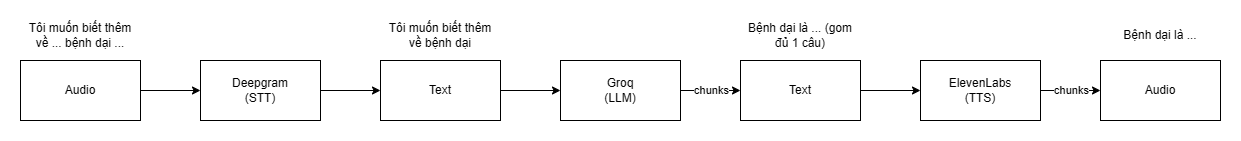
Above: assets/images/workflow.png in talachanvuong/edoctor-ai (draw.io), before the change. Source tidied: cells renumbered, new cells last; positions are measured from the earlier drawing's top-left corner, leaving out a move shared by most shapes. Its diagram source:
```xml
<mxGraphModel background="#ffffff">
  <root>
    <mxCell id="0" />
    <mxCell id="1" parent="0" />
    <mxCell id="2" style="edgeStyle=orthogonalEdgeStyle;rounded=0;jettySize=auto;html=1;" parent="1" edge="1" source="3" target="4">
      <mxGeometry relative="1" as="geometry" />
    </mxCell>
    <mxCell id="3" value="Audio" style="rounded=0;whiteSpace=wrap;html=1;" parent="1" vertex="1">
      <mxGeometry y="40" width="120" height="60" as="geometry" />
    </mxCell>
    <mxCell id="4" value="Deepgram&lt;br&gt;(STT)" style="rounded=0;whiteSpace=wrap;html=1;" parent="1" vertex="1">
      <mxGeometry x="180" y="40" width="120" height="60" as="geometry" />
    </mxCell>
    <mxCell id="5" style="edgeStyle=orthogonalEdgeStyle;rounded=0;jettySize=auto;html=1;exitX=1;exitY=0.5;exitDx=0;exitDy=0;entryX=0;entryY=0.5;entryDx=0;entryDy=0;" parent="1" edge="1" source="4" target="7">
      <mxGeometry relative="1" as="geometry" />
    </mxCell>
    <mxCell id="6" style="edgeStyle=orthogonalEdgeStyle;rounded=0;jettySize=auto;html=1;" parent="1" edge="1" source="7" target="11">
      <mxGeometry relative="1" as="geometry" />
    </mxCell>
    <mxCell id="7" value="Text" style="rounded=0;whiteSpace=wrap;html=1;" parent="1" vertex="1">
      <mxGeometry x="360" y="40" width="120" height="60" as="geometry" />
    </mxCell>
    <mxCell id="8" value="Tôi muốn biết thêm về ... bệnh dại ..." style="text;html=1;whiteSpace=wrap;strokeColor=none;fillColor=none;align=center;verticalAlign=middle;rounded=0;" parent="1" vertex="1">
      <mxGeometry width="120" height="30" as="geometry" />
    </mxCell>
    <mxCell id="9" value="Tôi muốn biết thêm về bệnh dại" style="text;html=1;whiteSpace=wrap;strokeColor=none;fillColor=none;align=center;verticalAlign=middle;rounded=0;" parent="1" vertex="1">
      <mxGeometry x="360" width="120" height="30" as="geometry" />
    </mxCell>
    <mxCell id="10" value="chunks" style="edgeStyle=orthogonalEdgeStyle;rounded=0;jettySize=auto;html=1;" parent="1" edge="1" source="11" target="13">
      <mxGeometry relative="1" as="geometry" />
    </mxCell>
    <mxCell id="11" value="Groq&lt;div&gt;(LLM)&lt;/div&gt;" style="rounded=0;whiteSpace=wrap;html=1;" parent="1" vertex="1">
      <mxGeometry x="540" y="40" width="120" height="60" as="geometry" />
    </mxCell>
    <mxCell id="12" style="edgeStyle=orthogonalEdgeStyle;rounded=0;jettySize=auto;html=1;" parent="1" edge="1" source="13" target="15">
      <mxGeometry relative="1" as="geometry" />
    </mxCell>
    <mxCell id="13" value="Text" style="rounded=0;whiteSpace=wrap;html=1;" parent="1" vertex="1">
      <mxGeometry x="720" y="40" width="120" height="60" as="geometry" />
    </mxCell>
    <mxCell id="14" value="chunks" style="edgeStyle=orthogonalEdgeStyle;rounded=0;jettySize=auto;html=1;" parent="1" edge="1" source="15" target="16">
      <mxGeometry relative="1" as="geometry" />
    </mxCell>
    <mxCell id="15" value="ElevenLabs&lt;br&gt;(TTS)" style="rounded=0;whiteSpace=wrap;html=1;" parent="1" vertex="1">
      <mxGeometry x="900" y="40" width="120" height="60" as="geometry" />
    </mxCell>
    <mxCell id="16" value="Audio" style="rounded=0;whiteSpace=wrap;html=1;" parent="1" vertex="1">
      <mxGeometry x="1080" y="40" width="120" height="60" as="geometry" />
    </mxCell>
    <mxCell id="17" value="Bệnh dại là ... (gom đủ 1 câu)" style="text;html=1;whiteSpace=wrap;strokeColor=none;fillColor=none;align=center;verticalAlign=middle;rounded=0;" parent="1" vertex="1">
      <mxGeometry x="720" width="120" height="30" as="geometry" />
    </mxCell>
    <mxCell id="18" value="Bệnh dại là ..." style="text;html=1;whiteSpace=wrap;strokeColor=none;fillColor=none;align=center;verticalAlign=middle;rounded=0;" parent="1" vertex="1">
      <mxGeometry x="1080" width="120" height="30" as="geometry" />
    </mxCell>
  </root>
</mxGraphModel>
```
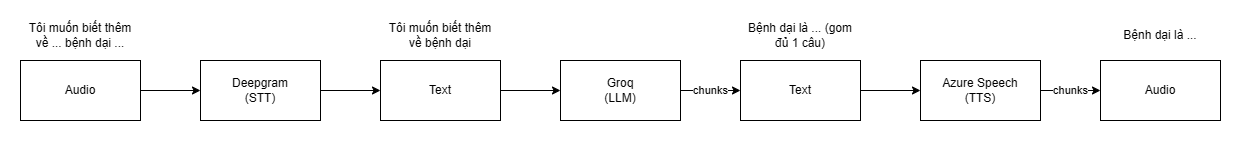
Above is the later version.

Commit message:
refactor: switch to azure speech

The edit, as a diff of the source:
```diff
@@ -41,7 +41,7 @@
     <mxCell id="14" value="chunks" style="edgeStyle=orthogonalEdgeStyle;rounded=0;jettySize=auto;html=1;" parent="1" edge="1" source="15" target="16">
       <mxGeometry relative="1" as="geometry" />
     </mxCell>
-    <mxCell id="15" value="ElevenLabs&lt;br&gt;(TTS)" style="rounded=0;whiteSpace=wrap;html=1;" parent="1" vertex="1">
+    <mxCell id="15" value="Azure Speech&lt;br&gt;(TTS)" style="rounded=0;whiteSpace=wrap;html=1;" parent="1" vertex="1">
       <mxGeometry x="900" y="40" width="120" height="60" as="geometry" />
     </mxCell>
     <mxCell id="16" value="Audio" style="rounded=0;whiteSpace=wrap;html=1;" parent="1" vertex="1">
```
